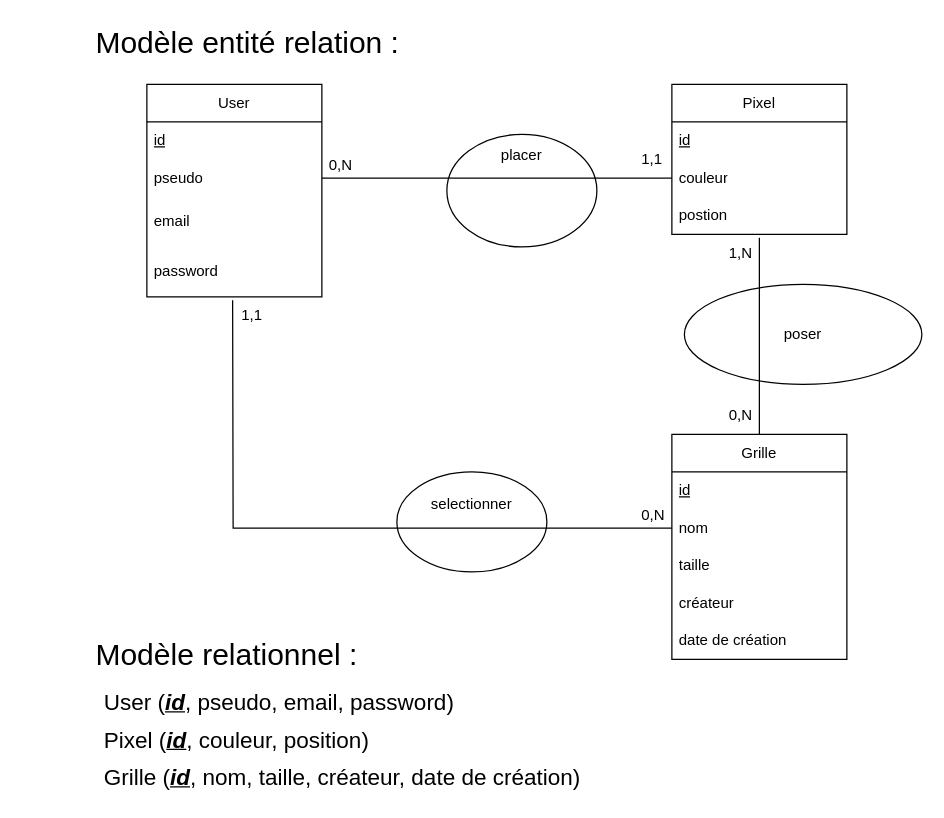
The draw.io diagram model bdd/Pixel_war_modele_entite_association_et_relationnel.drawio in HelleEvan/Projet_Pixel_War_Helle_Evan, before the edit. Source tidied: cells renumbered, new cells numbered last; positions are measured from the earlier drawing's top-left corner, leaving out a move shared by most shapes. Both pictures are drawn from the tidied source at 125%, with x=0, y=0 at pixel (21, 21).
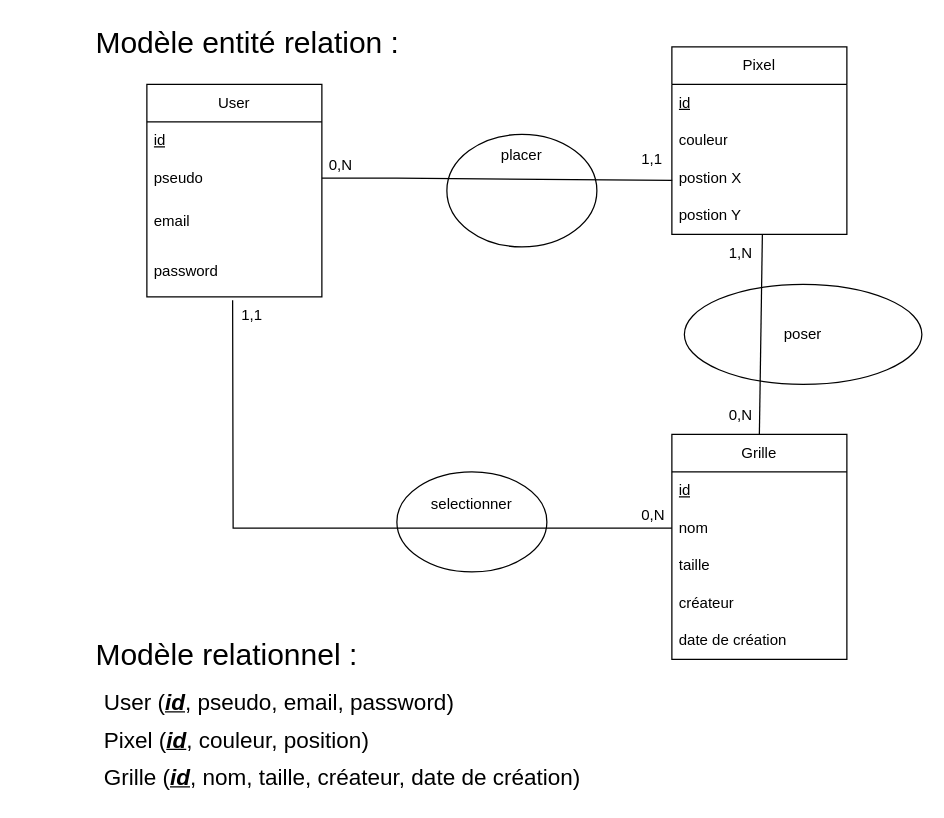
The same diagram, later.

Commit message (it also covers changes not shown here):
modification de position

The change refers to these unchanged cells:
```xml
<mxCell id="6" value="pseudo" style="text;strokeColor=none;fillColor=none;align=left;verticalAlign=middle;spacingLeft=4;spacingRight=4;overflow=hidden;points=[[0,0.5],[1,0.5]];portConstraint=eastwest;whiteSpace=wrap;html=1;" parent="4" vertex="1">
  <mxGeometry y="60" width="140" height="30" as="geometry" />
</mxCell>
<mxCell id="9" value="Grille" style="swimlane;fontStyle=0;horizontal=1;startSize=30;whiteSpace=wrap;html=1;" parent="1" vertex="1">
  <mxGeometry x="520" y="330" width="140" height="180" as="geometry" />
</mxCell>
<mxCell id="17" value="couleur" style="text;strokeColor=none;fillColor=none;align=left;verticalAlign=middle;spacingLeft=4;spacingRight=4;overflow=hidden;points=[[0,0.5],[1,0.5]];portConstraint=eastwest;whiteSpace=wrap;html=1;" parent="15" vertex="1">
  <mxGeometry y="60" width="140" height="30" as="geometry" />
</mxCell>
<mxCell id="22" value="1,1" style="text;strokeColor=none;fillColor=none;align=left;verticalAlign=middle;spacingLeft=4;spacingRight=4;overflow=hidden;points=[[0,0.5],[1,0.5]];portConstraint=eastwest;whiteSpace=wrap;html=1;" parent="1" vertex="1">
  <mxGeometry x="490" y="95" width="30" height="30" as="geometry" />
</mxCell>
<mxCell id="23" value="1,N" style="text;strokeColor=none;fillColor=none;align=left;verticalAlign=middle;spacingLeft=4;spacingRight=4;overflow=hidden;points=[[0,0.5],[1,0.5]];portConstraint=eastwest;whiteSpace=wrap;html=1;" parent="1" vertex="1">
  <mxGeometry x="560" y="170" width="30" height="30" as="geometry" />
</mxCell>
```

Diff of the diagram source:
```diff
@@
     <mxCell id="15" value="Pixel" style="swimlane;fontStyle=0;horizontal=1;startSize=30;whiteSpace=wrap;html=1;" parent="1" vertex="1">
-      <mxGeometry x="520" y="50" width="140" height="120" as="geometry" />
+      <mxGeometry x="520" y="20" width="140" height="150" as="geometry" />
     </mxCell>
@@
-    <mxCell id="18" value="postion" style="text;strokeColor=none;fillColor=none;align=left;verticalAlign=middle;spacingLeft=4;spacingRight=4;overflow=hidden;points=[[0,0.5],[1,0.5]];portConstraint=eastwest;whiteSpace=wrap;html=1;" parent="15" vertex="1">
+    <mxCell id="18" value="postion X" style="text;strokeColor=none;fillColor=none;align=left;verticalAlign=middle;spacingLeft=4;spacingRight=4;overflow=hidden;points=[[0,0.5],[1,0.5]];portConstraint=eastwest;whiteSpace=wrap;html=1;" parent="15" vertex="1">
       <mxGeometry y="90" width="140" height="30" as="geometry" />
     </mxCell>
+    <mxCell id="34" value="postion Y" style="text;strokeColor=none;fillColor=none;align=left;verticalAlign=middle;spacingLeft=4;spacingRight=4;overflow=hidden;whiteSpace=wrap;html=1;" parent="15" vertex="1">
+      <mxGeometry y="120" width="140" height="30" as="geometry" />
+    </mxCell>
-    <mxCell id="19" style="endArrow=none;html=1;rounded=0;exitX=1;exitY=0.5;exitDx=0;exitDy=0;entryX=0;entryY=0.5;entryDx=0;entryDy=0;shadow=0;" parent="1" edge="1" source="6" target="17">
+    <mxCell id="19" style="endArrow=none;html=1;rounded=0;exitX=1;exitY=0.5;exitDx=0;exitDy=0;entryX=1.009;entryY=1.059;entryDx=0;entryDy=0;shadow=0;entryPerimeter=0;" parent="1" edge="1" source="6" target="22">
       <mxGeometry relative="1" as="geometry">
         <Array as="points">
           <mxPoint x="300" y="125" />
         </Array>
       </mxGeometry>
     </mxCell>
-    <mxCell id="20" style="endArrow=none;html=1;rounded=0;exitX=0.5;exitY=0;exitDx=0;exitDy=0;entryX=0.5;entryY=1.089;entryDx=0;entryDy=0;entryPerimeter=0;" parent="1" edge="1" source="9" target="18">
+    <mxCell id="20" style="endArrow=none;html=1;rounded=0;exitX=0.5;exitY=0;exitDx=0;exitDy=0;entryX=1.08;entryY=0.013;entryDx=0;entryDy=0;entryPerimeter=0;" parent="1" edge="1" source="9" target="23">
       <mxGeometry relative="1" as="geometry" />
     </mxCell>
```
